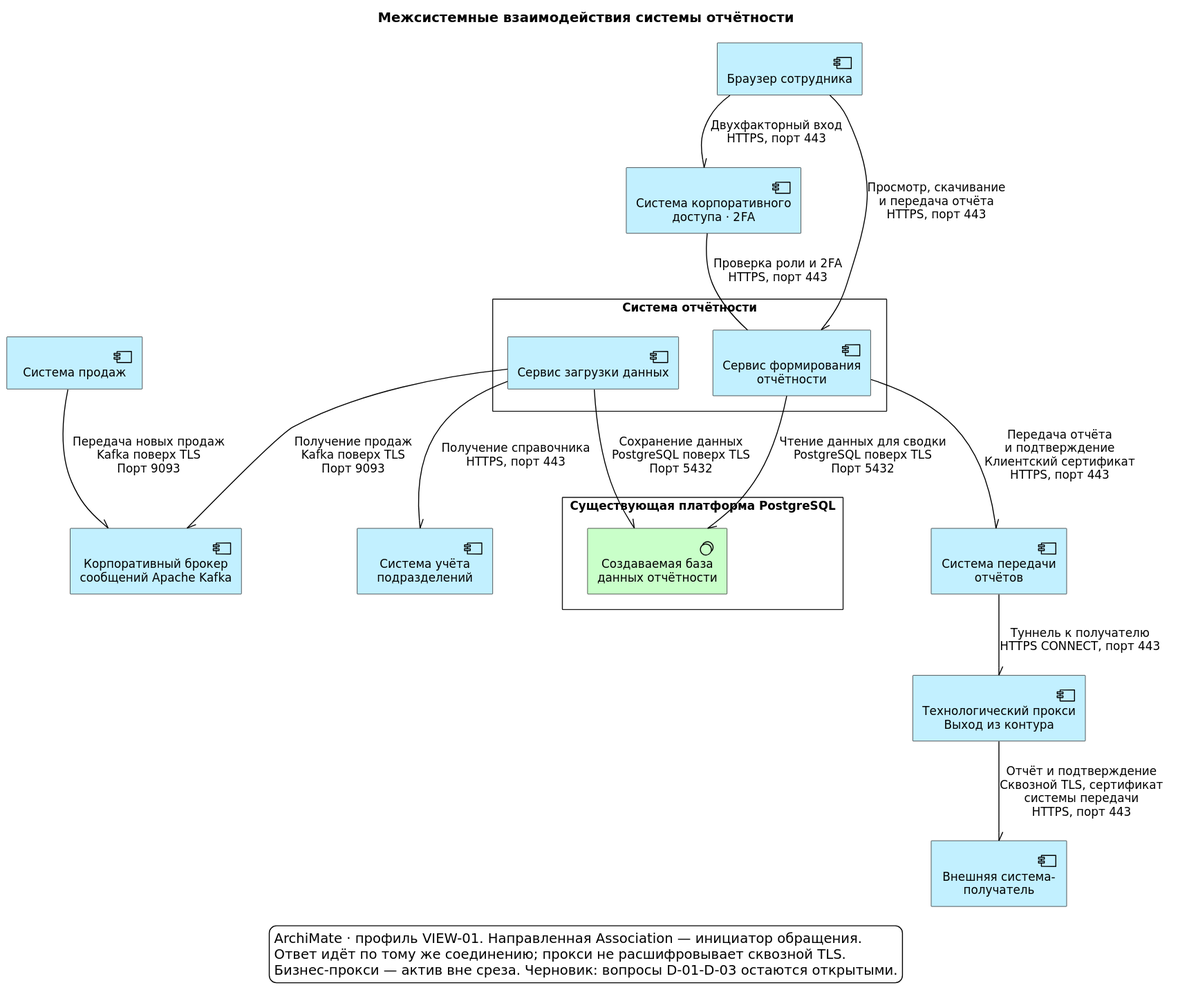
This is docs/examples/reporting-system/interactions.svg from Volodya1000/SolutionArchitectAI, a PlantUML export, as it was before one commit.
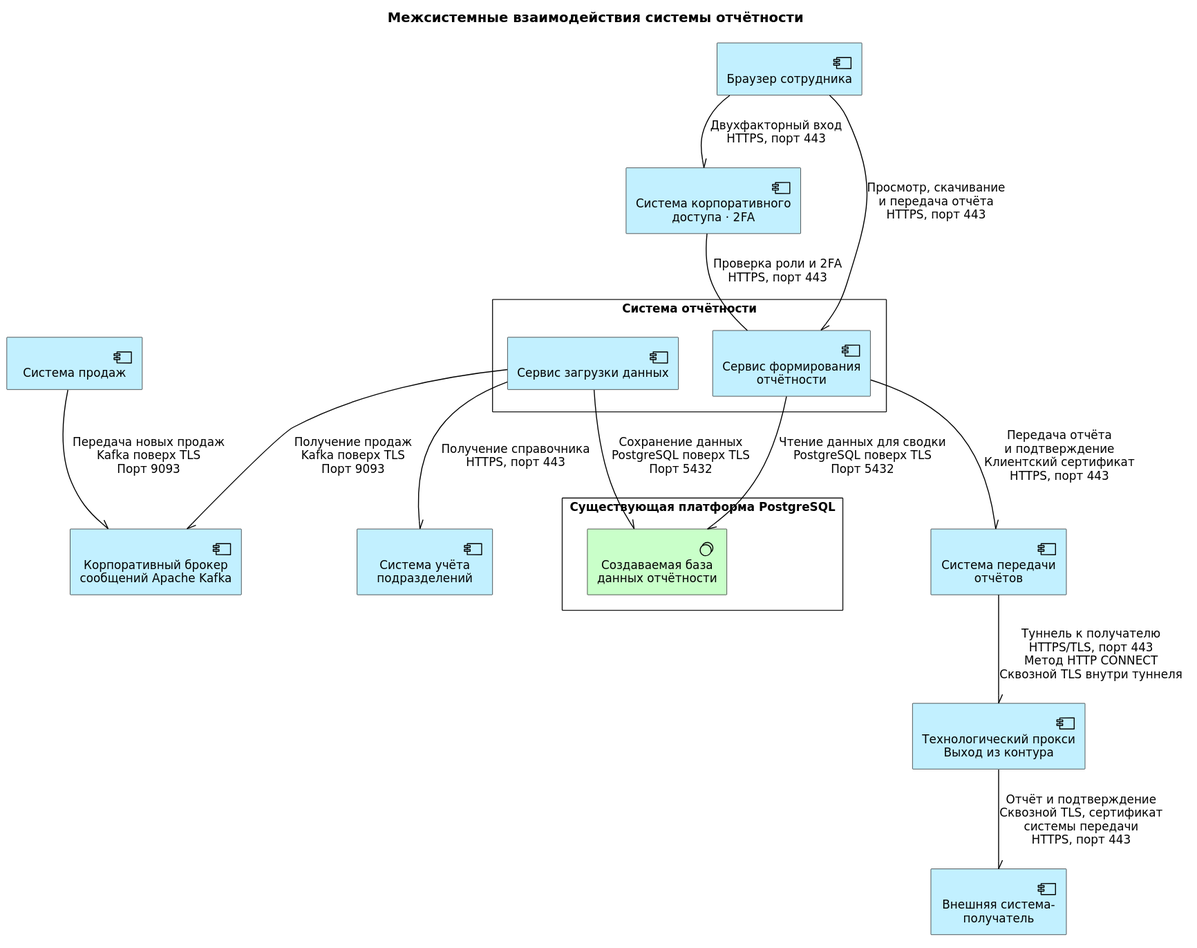
The same file after the commit.

Change to the diagram source:
```diff
@@ -32,12 +32,7 @@
 Rel_Association_Up(reporting, access, "Проверка роли и 2FA\nHTTPS, порт 443")
 Rel_Association_dir(browser, reporting, "Просмотр, скачивание\nи передача отчёта\nHTTPS, порт 443")
 Rel_Association_dir(reporting, delivery, "Передача отчёта\nи подтверждение\nКлиентский сертификат\nHTTPS, порт 443")
-Rel_Association_dir(delivery, proxy, "Туннель к получателю\nHTTPS CONNECT, порт 443")
+Rel_Association_dir(delivery, proxy, "Туннель к получателю\nHTTPS/TLS, порт 443\nМетод HTTP CONNECT\nСквозной TLS внутри туннеля")
 Rel_Association_dir(proxy, recipient, "Отчёт и подтверждение\nСквозной TLS, сертификат\nсистемы передачи\nHTTPS, порт 443")
 Rel_Association_dir(browser, access, "Двухфакторный вход\nHTTPS, порт 443")
-legend bottom
-  ArchiMate · профиль VIEW-01. Направленная Association — инициатор обращения.
-  Ответ идёт по тому же соединению; прокси не расшифровывает сквозной TLS.
-  Бизнес-прокси — актив вне среза. Черновик: вопросы D-01-D-03 остаются открытыми.
-endlegend
 @enduml
```
